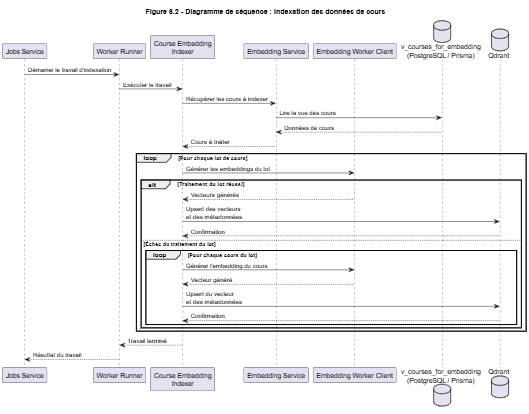
Earlier version of the PlantUML export docs/log791_e2026_chatbot/arc42/uml/arc42_3.png (ApplETS/planifETS-backend). Its source is kept beside it as docs/log791_e2026_chatbot/arc42/uml/arc42_3.plantuml. The source it was exported from:
```plantuml
@startuml Figure 6.2 - Diagramme de séquence : indexation des données de cours
title Figure 6.2 - Diagramme de séquence : indexation des données de cours

participant "Jobs Service" as Jobs
participant "Worker Runner" as Runner
participant "Course Embedding\nIndexer" as Indexer
participant "Embedding Service" as EmbeddingService
participant "Embedding Worker Client" as WorkerClient
database "v_courses_for_embedding\n(PostgreSQL / Prisma)" as Database
database "Qdrant" as Qdrant

Jobs -> Runner : Démarrer le travail d'indexation
Runner -> Indexer : Exécuter le travail

Indexer -> EmbeddingService : Récupérer les cours à indexer
EmbeddingService -> Database : Lire la vue des cours
Database --> EmbeddingService : Données de cours
EmbeddingService --> Indexer : Cours à traiter

loop Pour chaque lot de cours

    Indexer -> WorkerClient : Générer les embeddings du lot

    alt Traitement du lot réussi
        WorkerClient --> Indexer : Vecteurs générés
        Indexer -> Qdrant : Upsert des vecteurs\net des métadonnées
        Qdrant --> Indexer : Confirmation
    else Échec du traitement du lot
        loop Pour chaque cours du lot
            Indexer -> WorkerClient : Générer l'embedding du cours
            WorkerClient --> Indexer : Vecteur généré
            Indexer -> Qdrant : Upsert du vecteur\net des métadonnées
            Qdrant --> Indexer : Confirmation
        end
    end

end

Indexer --> Runner : Travail terminé
Runner --> Jobs : Résultat du travail

@enduml
```
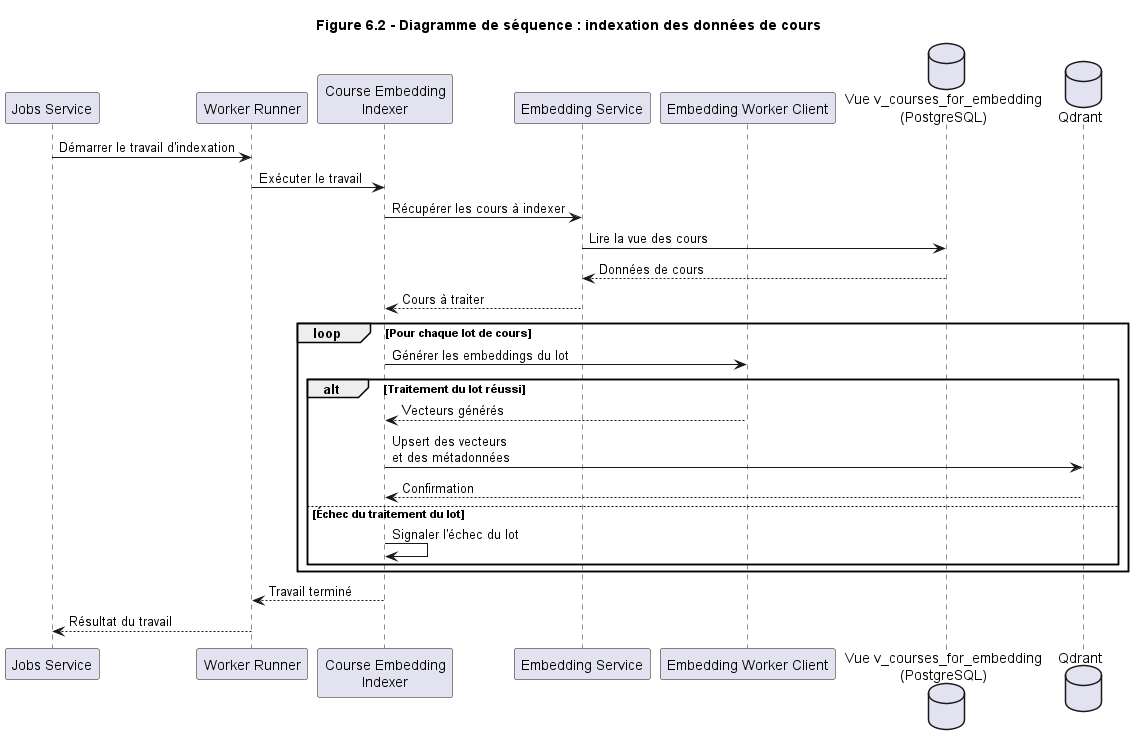
The same diagram one commit later.

Commit message:
Chore(docs)  fixing uml diagram (#156)

The edit, as a diff of the source:
```diff
@@ -1,4 +1,4 @@
-@startuml Figure 6.2 - Diagramme de séquence : indexation des données de cours
+@startuml
 title Figure 6.2 - Diagramme de séquence : indexation des données de cours
 
 participant "Jobs Service" as Jobs
@@ -6,7 +6,7 @@
 participant "Course Embedding\nIndexer" as Indexer
 participant "Embedding Service" as EmbeddingService
 participant "Embedding Worker Client" as WorkerClient
-database "v_courses_for_embedding\n(PostgreSQL / Prisma)" as Database
+database "Vue v_courses_for_embedding\n(PostgreSQL)" as Database
 database "Qdrant" as Qdrant
 
 Jobs -> Runner : Démarrer le travail d'indexation
@@ -25,15 +25,10 @@
         WorkerClient --> Indexer : Vecteurs générés
         Indexer -> Qdrant : Upsert des vecteurs\net des métadonnées
         Qdrant --> Indexer : Confirmation
+
     else Échec du traitement du lot
-        loop Pour chaque cours du lot
-            Indexer -> WorkerClient : Générer l'embedding du cours
-            WorkerClient --> Indexer : Vecteur généré
-            Indexer -> Qdrant : Upsert du vecteur\net des métadonnées
-            Qdrant --> Indexer : Confirmation
-        end
+        Indexer -> Indexer : Signaler l'échec du lot
     end
-
 end
 
 Indexer --> Runner : Travail terminé
```
